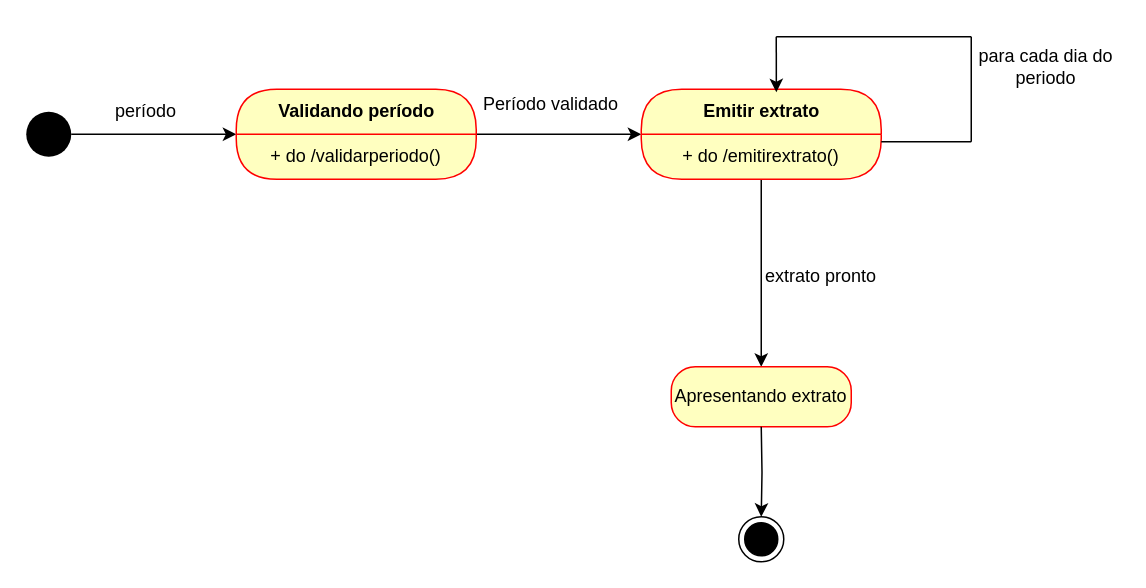
Vmp3/ADS keeps this draw.io diagram as UML/maquina extrato.drawio. Above is the earlier version. Source tidied: cells renumbered, new cells numbered last; positions are measured from the earlier drawing's top-left corner, leaving out a move shared by most shapes. Both pictures are drawn from the tidied source at 150%, with x=0, y=0 at pixel (26, 36).
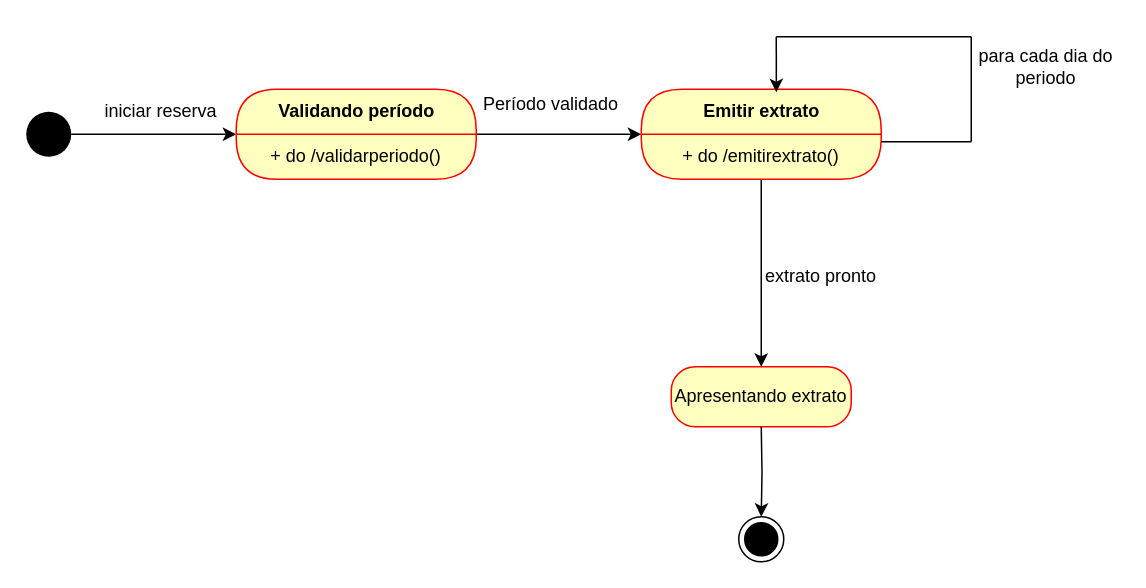
The same diagram, later.

What changed in the source:
```diff
@@
-    <mxCell id="12" value="período" style="text;html=1;strokeColor=none;fillColor=none;align=center;verticalAlign=middle;whiteSpace=wrap;rounded=0;" parent="1" vertex="1">
-      <mxGeometry x="60" y="40" width="40" height="20" as="geometry" />
+    <mxCell id="12" value="iniciar reserva" style="text;html=1;strokeColor=none;fillColor=none;align=center;verticalAlign=middle;whiteSpace=wrap;rounded=0;" parent="1" vertex="1">
+      <mxGeometry x="50" y="40" width="80" height="20" as="geometry" />
     </mxCell>
```
